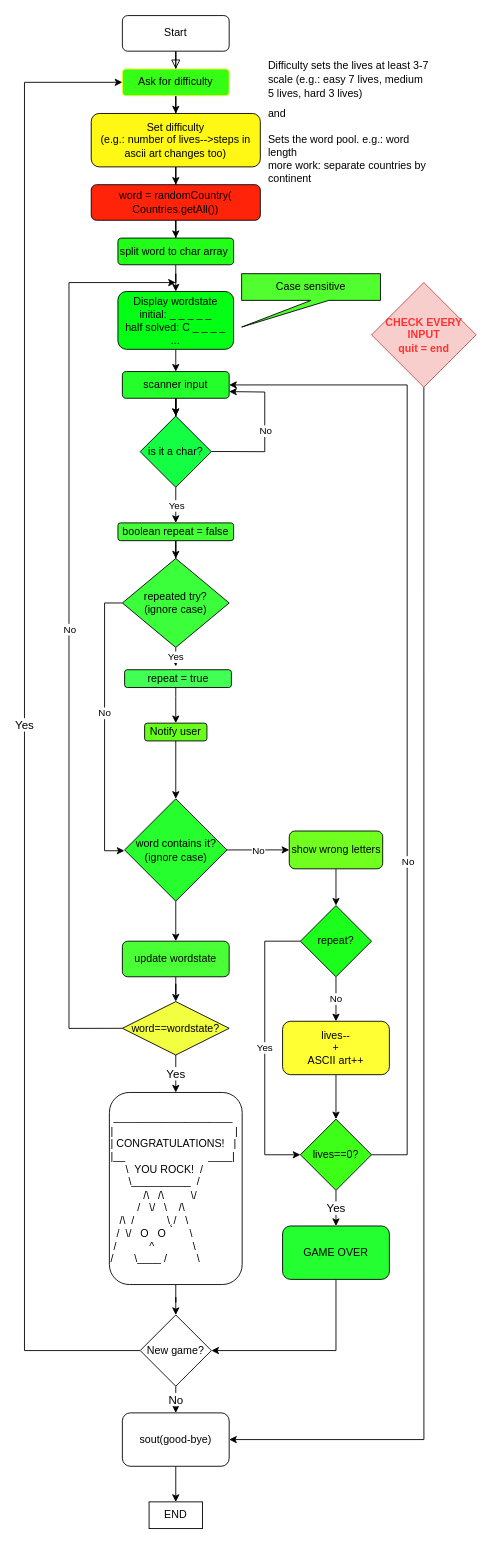
Before: sharedstuffs/hangman_flowchart_group4.drawio in TheRealCoon/hangman-codecool, a draw.io diagram. Source tidied: cells renumbered, new cells numbered last; positions are measured from the earlier drawing's top-left corner, leaving out a move shared by most shapes. Both pictures are drawn from the tidied source at 89%, with x=0, y=0 at pixel (24, 15).
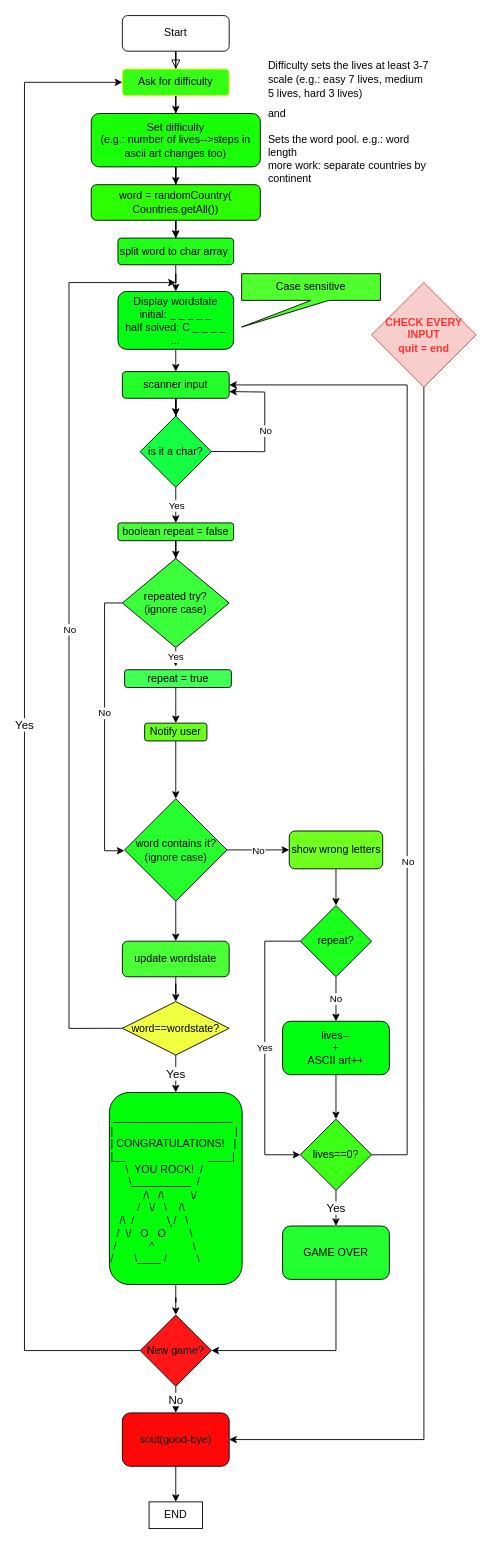
The same diagram, later.

Unchanged cells that the change refers to:
```xml
<mxCell id="11" value="split word to char array&amp;nbsp;" style="rounded=1;whiteSpace=wrap;html=1;fillColor=#21FF19;" parent="1" vertex="1">
  <mxGeometry x="105" y="250" width="130" height="30" as="geometry" />
</mxCell>
```

Change to the diagram source:
```diff
@@
+    <mxCell id="67" style="edgeStyle=orthogonalEdgeStyle;rounded=0;jettySize=auto;html=1;" parent="1" edge="1" source="7" target="11">
+      <mxGeometry relative="1" as="geometry" />
+    </mxCell>
-    <mxCell id="7" value="Set difficulty&lt;br&gt;(e.g.: number of lives--&amp;gt;steps in ascii art changes too)" style="rounded=1;whiteSpace=wrap;html=1;fillColor=#FFF714;" parent="1" vertex="1">
+    <mxCell id="7" value="Set difficulty&lt;br&gt;(e.g.: number of lives--&amp;gt;steps in ascii art changes too)" style="rounded=1;whiteSpace=wrap;html=1;fillColor=#18FF08;" parent="1" vertex="1">
       <mxGeometry x="75" y="110" width="190" height="60" as="geometry" />
     </mxCell>
@@
-    <mxCell id="9" value="word = randomCountry( Countries.getAll())" style="rounded=1;whiteSpace=wrap;html=1;fillColor=#FF230A;" parent="1" vertex="1">
+    <mxCell id="9" value="word = randomCountry( Countries.getAll())" style="rounded=1;whiteSpace=wrap;html=1;fillColor=#2BFF00;" parent="1" vertex="1">
       <mxGeometry x="75" y="190" width="190" height="40" as="geometry" />
     </mxCell>
@@
-    <mxCell id="27" value="lives--&lt;br&gt;+&lt;br&gt;ASCII art++" style="rounded=1;whiteSpace=wrap;html=1;fillColor=#FFFF33;" parent="1" vertex="1">
+    <mxCell id="27" value="lives--&lt;br&gt;+&lt;br&gt;ASCII art++" style="rounded=1;whiteSpace=wrap;html=1;fillColor=#00FF11;" parent="1" vertex="1">
       <mxGeometry x="290" y="1130" width="120" height="60" as="geometry" />
     </mxCell>
@@
-    <mxCell id="36" value="New game?" style="rhombus;whiteSpace=wrap;html=1;" parent="1" vertex="1">
+    <mxCell id="36" value="New game?" style="rhombus;whiteSpace=wrap;html=1;fillColor=#FF1717;" parent="1" vertex="1">
       <mxGeometry x="130" y="1460" width="80" height="80" as="geometry" />
     </mxCell>
@@
-    <mxCell id="44" value="&lt;div style=&quot;text-align: left;&quot;&gt;&amp;nbsp;____________________&lt;/div&gt;&lt;div style=&quot;text-align: left;&quot;&gt;&lt;span style=&quot;background-color: initial;&quot;&gt;|&amp;nbsp; &amp;nbsp; &amp;nbsp; &amp;nbsp; &amp;nbsp; &amp;nbsp; &amp;nbsp; &amp;nbsp; &amp;nbsp; &amp;nbsp; &amp;nbsp; &amp;nbsp; &amp;nbsp; &amp;nbsp; &amp;nbsp; &amp;nbsp; &amp;nbsp; &amp;nbsp; &amp;nbsp; &amp;nbsp; &amp;nbsp;|&lt;/span&gt;&lt;/div&gt;&lt;div style=&quot;text-align: left;&quot;&gt;&lt;span style=&quot;background-color: initial;&quot;&gt;| CONGRATULATIONS!&amp;nbsp; &amp;nbsp;|&amp;nbsp;&lt;/span&gt;&lt;/div&gt;&lt;div style=&quot;text-align: left;&quot;&gt;&lt;span style=&quot;background-color: initial;&quot;&gt;|__&amp;nbsp; &amp;nbsp; &amp;nbsp; &amp;nbsp; &amp;nbsp; &amp;nbsp; &amp;nbsp; &amp;nbsp; &amp;nbsp; &amp;nbsp; &amp;nbsp; &amp;nbsp; &amp;nbsp; &amp;nbsp; ____|&lt;/span&gt;&lt;/div&gt;&lt;div style=&quot;text-align: left;&quot;&gt;&lt;span style=&quot;background-color: initial;&quot;&gt;&amp;nbsp; &amp;nbsp; &amp;nbsp;\&amp;nbsp; YOU ROCK!&amp;nbsp; /&lt;/span&gt;&lt;/div&gt;&lt;div style=&quot;text-align: left;&quot;&gt;&lt;span style=&quot;background-color: initial;&quot;&gt;&amp;nbsp; &amp;nbsp; &amp;nbsp; \__________&amp;nbsp; /&lt;/span&gt;&lt;/div&gt;&lt;div style=&quot;text-align: left;&quot;&gt;&amp;nbsp; &amp;nbsp; &amp;nbsp; &amp;nbsp; &amp;nbsp; &amp;nbsp;/\&amp;nbsp; &amp;nbsp;/\&amp;nbsp; &amp;nbsp; &amp;nbsp; &amp;nbsp; &amp;nbsp;\/&lt;/div&gt;&lt;div style=&quot;text-align: left;&quot;&gt;&amp;nbsp; &amp;nbsp; &amp;nbsp; &amp;nbsp; &amp;nbsp;/&amp;nbsp; &amp;nbsp;\/&amp;nbsp; &amp;nbsp;\&amp;nbsp; &amp;nbsp; /\&lt;/div&gt;&lt;div style=&quot;text-align: left;&quot;&gt;&lt;span style=&quot;background-color: initial;&quot;&gt;&amp;nbsp; &amp;nbsp;/\&amp;nbsp; /&amp;nbsp; &amp;nbsp; &amp;nbsp; &amp;nbsp; &amp;nbsp; &amp;nbsp;\˛/&amp;nbsp; &amp;nbsp;\&lt;/span&gt;&lt;/div&gt;&lt;div style=&quot;text-align: left;&quot;&gt;&lt;span style=&quot;background-color: initial;&quot;&gt;&amp;nbsp; /&amp;nbsp; \/&amp;nbsp; &amp;nbsp;O&amp;nbsp; &amp;nbsp;O&amp;nbsp; &amp;nbsp; &amp;nbsp; &amp;nbsp; \&lt;/span&gt;&lt;/div&gt;&lt;div style=&quot;text-align: left;&quot;&gt;&lt;span style=&quot;background-color: initial;&quot;&gt;&amp;nbsp;/&amp;nbsp; &amp;nbsp; &amp;nbsp; &amp;nbsp; &amp;nbsp; &amp;nbsp;^&amp;nbsp; &amp;nbsp; &amp;nbsp; &amp;nbsp; &amp;nbsp; &amp;nbsp; &amp;nbsp;\&lt;/span&gt;&lt;/div&gt;&lt;div style=&quot;text-align: left;&quot;&gt;&lt;span style=&quot;background-color: initial;&quot;&gt;/&amp;nbsp; &amp;nbsp; &amp;nbsp; &amp;nbsp;\____ /&amp;nbsp; &amp;nbsp; &amp;nbsp; &amp;nbsp; &amp;nbsp; \&lt;/span&gt;&lt;/div&gt;" style="rounded=1;whiteSpace=wrap;html=1;" parent="1" vertex="1">
+    <mxCell id="44" value="&lt;div style=&quot;text-align: left;&quot;&gt;&amp;nbsp;____________________&lt;/div&gt;&lt;div style=&quot;text-align: left;&quot;&gt;&lt;span style=&quot;background-color: initial;&quot;&gt;|&amp;nbsp; &amp;nbsp; &amp;nbsp; &amp;nbsp; &amp;nbsp; &amp;nbsp; &amp;nbsp; &amp;nbsp; &amp;nbsp; &amp;nbsp; &amp;nbsp; &amp;nbsp; &amp;nbsp; &amp;nbsp; &amp;nbsp; &amp;nbsp; &amp;nbsp; &amp;nbsp; &amp;nbsp; &amp;nbsp; &amp;nbsp;|&lt;/span&gt;&lt;/div&gt;&lt;div style=&quot;text-align: left;&quot;&gt;&lt;span style=&quot;background-color: initial;&quot;&gt;| CONGRATULATIONS!&amp;nbsp; &amp;nbsp;|&amp;nbsp;&lt;/span&gt;&lt;/div&gt;&lt;div style=&quot;text-align: left;&quot;&gt;&lt;span style=&quot;background-color: initial;&quot;&gt;|__&amp;nbsp; &amp;nbsp; &amp;nbsp; &amp;nbsp; &amp;nbsp; &amp;nbsp; &amp;nbsp; &amp;nbsp; &amp;nbsp; &amp;nbsp; &amp;nbsp; &amp;nbsp; &amp;nbsp; &amp;nbsp; ____|&lt;/span&gt;&lt;/div&gt;&lt;div style=&quot;text-align: left;&quot;&gt;&lt;span style=&quot;background-color: initial;&quot;&gt;&amp;nbsp; &amp;nbsp; &amp;nbsp;\&amp;nbsp; YOU ROCK!&amp;nbsp; /&lt;/span&gt;&lt;/div&gt;&lt;div style=&quot;text-align: left;&quot;&gt;&lt;span style=&quot;background-color: initial;&quot;&gt;&amp;nbsp; &amp;nbsp; &amp;nbsp; \__________&amp;nbsp; /&lt;/span&gt;&lt;/div&gt;&lt;div style=&quot;text-align: left;&quot;&gt;&amp;nbsp; &amp;nbsp; &amp;nbsp; &amp;nbsp; &amp;nbsp; &amp;nbsp;/\&amp;nbsp; &amp;nbsp;/\&amp;nbsp; &amp;nbsp; &amp;nbsp; &amp;nbsp; &amp;nbsp;\/&lt;/div&gt;&lt;div style=&quot;text-align: left;&quot;&gt;&amp;nbsp; &amp;nbsp; &amp;nbsp; &amp;nbsp; &amp;nbsp;/&amp;nbsp; &amp;nbsp;\/&amp;nbsp; &amp;nbsp;\&amp;nbsp; &amp;nbsp; /\&lt;/div&gt;&lt;div style=&quot;text-align: left;&quot;&gt;&lt;span style=&quot;background-color: initial;&quot;&gt;&amp;nbsp; &amp;nbsp;/\&amp;nbsp; /&amp;nbsp; &amp;nbsp; &amp;nbsp; &amp;nbsp; &amp;nbsp; &amp;nbsp;\˛/&amp;nbsp; &amp;nbsp;\&lt;/span&gt;&lt;/div&gt;&lt;div style=&quot;text-align: left;&quot;&gt;&lt;span style=&quot;background-color: initial;&quot;&gt;&amp;nbsp; /&amp;nbsp; \/&amp;nbsp; &amp;nbsp;O&amp;nbsp; &amp;nbsp;O&amp;nbsp; &amp;nbsp; &amp;nbsp; &amp;nbsp; \&lt;/span&gt;&lt;/div&gt;&lt;div style=&quot;text-align: left;&quot;&gt;&lt;span style=&quot;background-color: initial;&quot;&gt;&amp;nbsp;/&amp;nbsp; &amp;nbsp; &amp;nbsp; &amp;nbsp; &amp;nbsp; &amp;nbsp;^&amp;nbsp; &amp;nbsp; &amp;nbsp; &amp;nbsp; &amp;nbsp; &amp;nbsp; &amp;nbsp;\&lt;/span&gt;&lt;/div&gt;&lt;div style=&quot;text-align: left;&quot;&gt;&lt;span style=&quot;background-color: initial;&quot;&gt;/&amp;nbsp; &amp;nbsp; &amp;nbsp; &amp;nbsp;\____ /&amp;nbsp; &amp;nbsp; &amp;nbsp; &amp;nbsp; &amp;nbsp; \&lt;/span&gt;&lt;/div&gt;" style="rounded=1;whiteSpace=wrap;html=1;fillColor=#00FF08;" parent="1" vertex="1">
       <mxGeometry x="95.4" y="1210" width="149.2" height="215.8" as="geometry" />
     </mxCell>
@@
-    <mxCell id="48" value="&lt;font color=&quot;#000000&quot;&gt;sout(good-bye)&lt;/font&gt;" style="rounded=1;whiteSpace=wrap;html=1;fontColor=#FF3333;" parent="1" vertex="1">
+    <mxCell id="48" value="&lt;font color=&quot;#000000&quot;&gt;sout(good-bye)&lt;/font&gt;" style="rounded=1;whiteSpace=wrap;html=1;fontColor=#FF3333;fillColor=#FF0808;" parent="1" vertex="1">
       <mxGeometry x="110" y="1570" width="120" height="60" as="geometry" />
     </mxCell>
```
